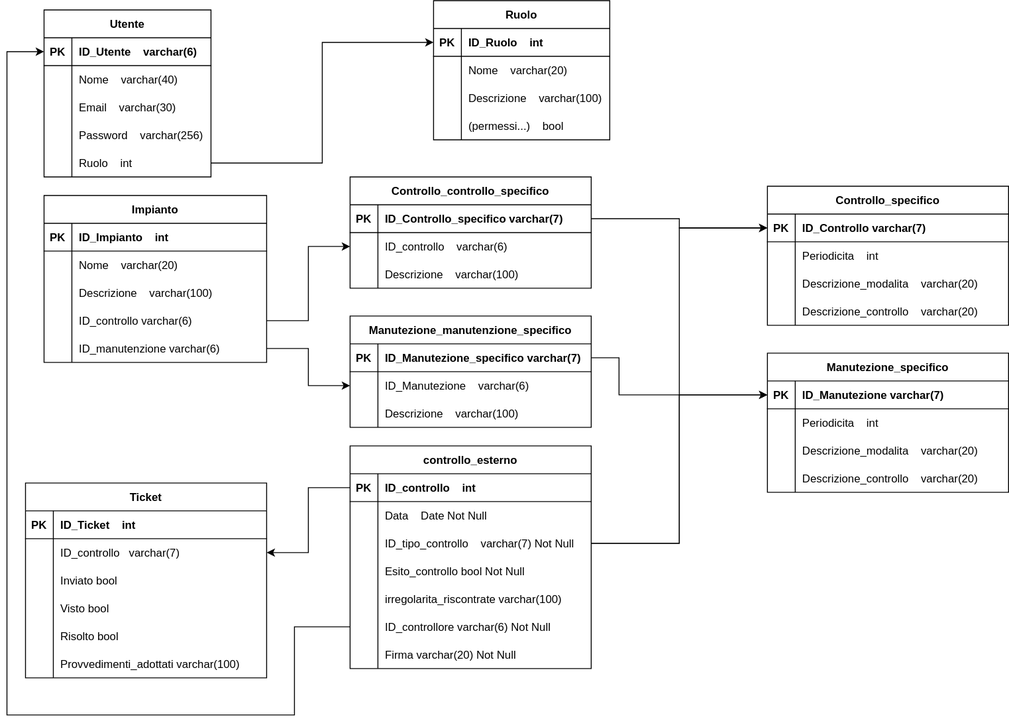
The draw.io diagram analisi/database/modello_fisico.drawio.svg in I-I-S-Viola-Marchesini/Sistema-Manutenzione, before a commit. Source tidied: cells renumbered, new cells last; positions are measured from the earlier drawing's top-left corner, leaving out a move shared by most shapes.
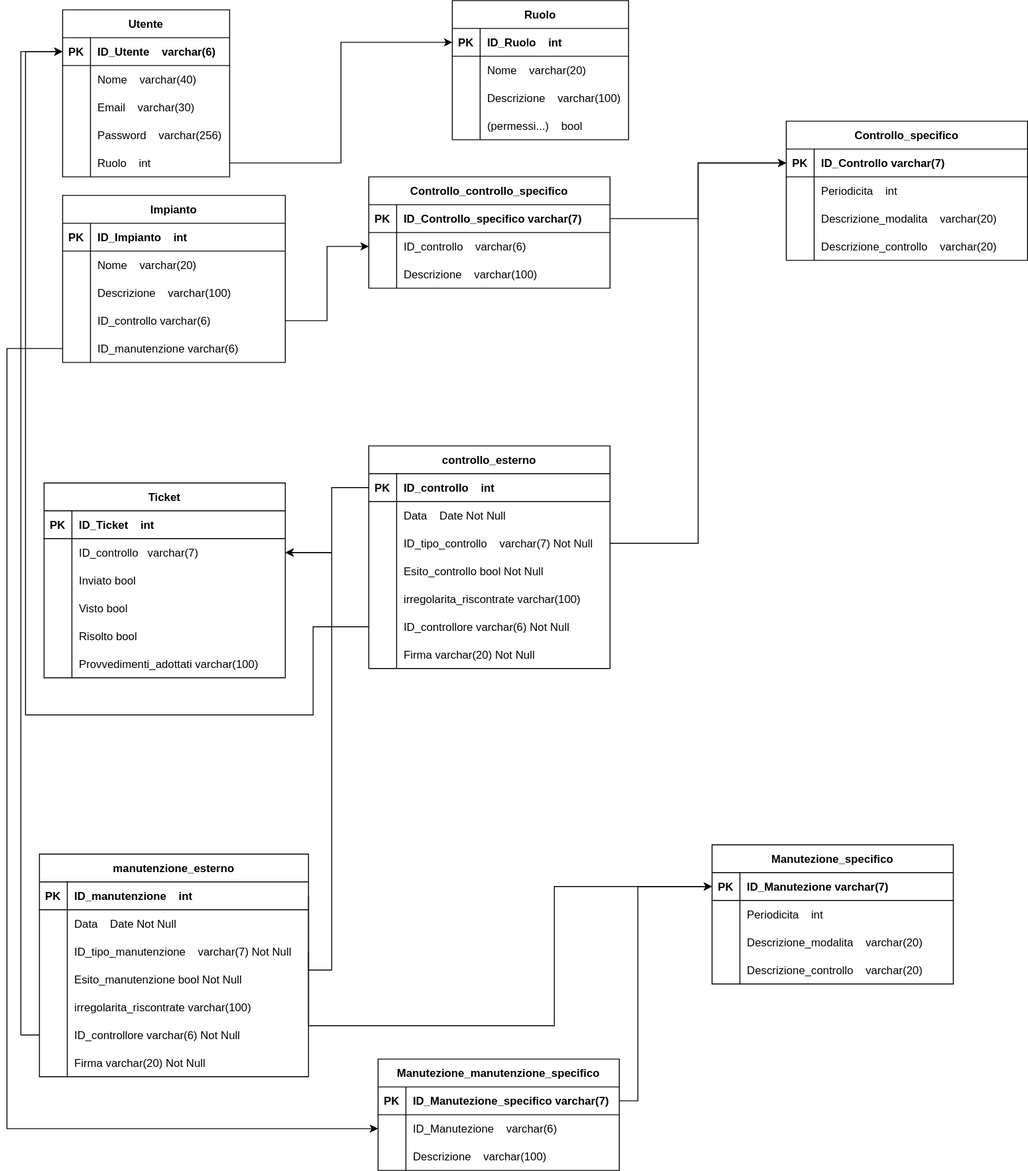
The same file after the commit.

Change to the diagram source:
```diff
@@ -171,7 +171,7 @@
       <mxGeometry x="30" width="230" height="30" as="geometry" />
     </mxCell>
     <mxCell id="58" value="Manutezione_manutenzione_specifico" style="shape=table;startSize=30;rowLines=0;fontStyle=1;align=center;" parent="1" vertex="1">
-      <mxGeometry x="370" y="340" width="260" height="120" as="geometry" />
+      <mxGeometry x="380" y="1141" width="260" height="120" as="geometry" />
     </mxCell>
     <mxCell id="59" style="shape=tableRow;horizontal=0;startSize=0;swimlaneHead=0;swimlaneBody=0;fillColor=none;points=[[0,0.5],[1,0.5]];portConstraint=eastwest;top=0;left=0;right=0;bottom=1;" parent="58" vertex="1">
       <mxGeometry y="30" width="260" height="30" as="geometry" />
@@ -203,11 +203,8 @@
     <mxCell id="68" style="edgeStyle=orthogonalEdgeStyle;rounded=0;jettySize=auto;html=1;entryX=0;entryY=0.5;entryDx=0;entryDy=0;" parent="1" edge="1" source="42" target="52">
       <mxGeometry relative="1" as="geometry" />
     </mxCell>
-    <mxCell id="69" style="edgeStyle=orthogonalEdgeStyle;rounded=0;jettySize=auto;html=1;entryX=0;entryY=0.5;entryDx=0;entryDy=0;" parent="1" edge="1" source="45" target="62">
-      <mxGeometry relative="1" as="geometry" />
-    </mxCell>
     <mxCell id="70" value="Controllo_specifico" style="shape=table;startSize=30;rowLines=0;fontStyle=1;align=center;" parent="1" vertex="1">
-      <mxGeometry x="820" y="200" width="260" height="150" as="geometry" />
+      <mxGeometry x="820" y="130" width="260" height="150" as="geometry" />
     </mxCell>
     <mxCell id="71" style="shape=tableRow;horizontal=0;startSize=0;swimlaneHead=0;swimlaneBody=0;fillColor=none;points=[[0,0.5],[1,0.5]];portConstraint=eastwest;top=0;left=0;right=0;bottom=1;" parent="70" vertex="1">
       <mxGeometry y="30" width="260" height="30" as="geometry" />
@@ -246,7 +243,7 @@
       <mxGeometry x="30" width="230" height="30" as="geometry" />
     </mxCell>
     <mxCell id="83" value="Manutezione_specifico" style="shape=table;startSize=30;rowLines=0;fontStyle=1;align=center;" parent="1" vertex="1">
-      <mxGeometry x="820" y="380" width="260" height="150" as="geometry" />
+      <mxGeometry x="740" y="910" width="260" height="150" as="geometry" />
     </mxCell>
     <mxCell id="84" style="shape=tableRow;horizontal=0;startSize=0;swimlaneHead=0;swimlaneBody=0;fillColor=none;points=[[0,0.5],[1,0.5]];portConstraint=eastwest;top=0;left=0;right=0;bottom=1;" parent="83" vertex="1">
       <mxGeometry y="30" width="260" height="30" as="geometry" />
@@ -408,33 +405,129 @@
       <mxGeometry x="30" width="230" height="30" as="geometry" />
     </mxCell>
     <mxCell id="137" style="edgeStyle=orthogonalEdgeStyle;rounded=0;jettySize=auto;html=1;entryX=1;entryY=0.5;entryDx=0;entryDy=0;" parent="1" edge="1" source="97" target="122">
-      <mxGeometry relative="1" as="geometry" />
+      <mxGeometry relative="1" as="geometry">
+        <Array as="points">
+          <mxPoint x="330" y="525" />
+          <mxPoint x="330" y="595" />
+        </Array>
+      </mxGeometry>
     </mxCell>
-    <mxCell id="138" style="edgeStyle=orthogonalEdgeStyle;rounded=0;jettySize=auto;html=1;entryX=0;entryY=0.5;entryDx=0;entryDy=0;" parent="1" edge="1" source="103" target="84">
-      <mxGeometry relative="1" as="geometry" />
-    </mxCell>
+    <mxCell id="140" style="edgeStyle=orthogonalEdgeStyle;rounded=0;jettySize=auto;html=1;" parent="1" edge="1" source="112" target="3">
+      <mxGeometry relative="1" as="geometry">
+        <Array as="points">
+          <mxPoint x="310" y="675" />
+          <mxPoint x="310" y="770" />
+          <mxPoint y="770" />
+          <mxPoint y="55" />
+        </Array>
+      </mxGeometry>
+    </mxCell>
+    <mxCell id="143" value="manutenzione_esterno" style="shape=table;startSize=30;rowLines=0;fontStyle=1;align=center;" parent="1" vertex="1">
+      <mxGeometry x="15" y="920" width="290" height="240" as="geometry" />
+    </mxCell>
+    <mxCell id="144" style="shape=tableRow;horizontal=0;startSize=0;swimlaneHead=0;swimlaneBody=0;fillColor=none;points=[[0,0.5],[1,0.5]];portConstraint=eastwest;top=0;left=0;right=0;bottom=1;" parent="143" vertex="1">
+      <mxGeometry y="30" width="290" height="30" as="geometry" />
+    </mxCell>
+    <mxCell id="145" value="PK" style="shape=partialRectangle;fillColor=none;top=0;left=0;bottom=0;right=0;fontStyle=1;overflow=hidden;" parent="144" vertex="1">
+      <mxGeometry width="30" height="30" as="geometry" />
+    </mxCell>
+    <mxCell id="146" value="ID_manutenzione    int" style="shape=partialRectangle;fillColor=none;top=0;left=0;bottom=0;right=0;align=left;spacingLeft=6;fontStyle=1;overflow=hidden;" parent="144" vertex="1">
+      <mxGeometry x="30" width="260" height="30" as="geometry" />
+    </mxCell>
+    <mxCell id="147" style="shape=tableRow;horizontal=0;startSize=0;swimlaneHead=0;swimlaneBody=0;fillColor=none;top=0;left=0;right=0;bottom=0;" parent="143" vertex="1">
+      <mxGeometry y="60" width="290" height="30" as="geometry" />
+    </mxCell>
+    <mxCell id="148" style="shape=partialRectangle;fillColor=none;top=0;left=0;bottom=0;right=0;overflow=hidden;" parent="147" vertex="1">
+      <mxGeometry width="30" height="30" as="geometry" />
+    </mxCell>
+    <mxCell id="149" value="Data    Date Not Null" style="shape=partialRectangle;fillColor=none;top=0;left=0;bottom=0;right=0;align=left;spacingLeft=6;overflow=hidden;" parent="147" vertex="1">
+      <mxGeometry x="30" width="260" height="30" as="geometry" />
+    </mxCell>
+    <mxCell id="150" style="shape=tableRow;horizontal=0;startSize=0;swimlaneHead=0;swimlaneBody=0;fillColor=none;points=[[0,0.5],[1,0.5]];portConstraint=eastwest;top=0;left=0;right=0;bottom=0;" parent="143" vertex="1">
+      <mxGeometry y="90" width="290" height="30" as="geometry" />
+    </mxCell>
+    <mxCell id="151" style="shape=partialRectangle;fillColor=none;top=0;left=0;bottom=0;right=0;overflow=hidden;" parent="150" vertex="1">
+      <mxGeometry width="30" height="30" as="geometry" />
+    </mxCell>
+    <mxCell id="152" value="ID_tipo_manutenzione    varchar(7) Not Null" style="shape=partialRectangle;fillColor=none;top=0;left=0;bottom=0;right=0;align=left;spacingLeft=6;overflow=hidden;" parent="150" vertex="1">
+      <mxGeometry x="30" width="260" height="30" as="geometry" />
+    </mxCell>
+    <mxCell id="153" style="shape=tableRow;horizontal=0;startSize=0;swimlaneHead=0;swimlaneBody=0;fillColor=none;top=0;left=0;right=0;bottom=0;" parent="143" vertex="1">
+      <mxGeometry y="120" width="290" height="30" as="geometry" />
+    </mxCell>
+    <mxCell id="154" style="shape=partialRectangle;fillColor=none;top=0;left=0;bottom=0;right=0;overflow=hidden;" parent="153" vertex="1">
+      <mxGeometry width="30" height="30" as="geometry" />
+    </mxCell>
+    <mxCell id="155" value="Esito_manutenzione bool Not Null" style="shape=partialRectangle;fillColor=none;top=0;left=0;bottom=0;right=0;align=left;spacingLeft=6;overflow=hidden;" parent="153" vertex="1">
+      <mxGeometry x="30" width="260" height="30" as="geometry" />
+    </mxCell>
+    <mxCell id="156" style="shape=tableRow;horizontal=0;startSize=0;swimlaneHead=0;swimlaneBody=0;fillColor=none;top=0;left=0;right=0;bottom=0;" parent="143" vertex="1">
+      <mxGeometry y="150" width="290" height="30" as="geometry" />
+    </mxCell>
+    <mxCell id="157" style="shape=partialRectangle;fillColor=none;top=0;left=0;bottom=0;right=0;overflow=hidden;" parent="156" vertex="1">
+      <mxGeometry width="30" height="30" as="geometry" />
+    </mxCell>
+    <mxCell id="158" value="irregolarita_riscontrate varchar(100)" style="shape=partialRectangle;fillColor=none;top=0;left=0;bottom=0;right=0;align=left;spacingLeft=6;overflow=hidden;" parent="156" vertex="1">
+      <mxGeometry x="30" width="260" height="30" as="geometry" />
+    </mxCell>
+    <mxCell id="159" style="shape=tableRow;horizontal=0;startSize=0;swimlaneHead=0;swimlaneBody=0;fillColor=none;points=[[0,0.5],[1,0.5]];portConstraint=eastwest;top=0;left=0;right=0;bottom=0;" parent="143" vertex="1">
+      <mxGeometry y="180" width="290" height="30" as="geometry" />
+    </mxCell>
+    <mxCell id="160" style="shape=partialRectangle;fillColor=none;top=0;left=0;bottom=0;right=0;overflow=hidden;" parent="159" vertex="1">
+      <mxGeometry width="30" height="30" as="geometry" />
+    </mxCell>
+    <mxCell id="161" value="ID_controllore varchar(6) Not Null" style="shape=partialRectangle;fillColor=none;top=0;left=0;bottom=0;right=0;align=left;spacingLeft=6;overflow=hidden;" parent="159" vertex="1">
+      <mxGeometry x="30" width="260" height="30" as="geometry" />
+    </mxCell>
+    <mxCell id="162" style="shape=tableRow;horizontal=0;startSize=0;swimlaneHead=0;swimlaneBody=0;fillColor=none;top=0;left=0;right=0;bottom=0;" parent="143" vertex="1">
+      <mxGeometry y="210" width="290" height="30" as="geometry" />
+    </mxCell>
+    <mxCell id="163" style="shape=partialRectangle;fillColor=none;top=0;left=0;bottom=0;right=0;overflow=hidden;" parent="162" vertex="1">
+      <mxGeometry width="30" height="30" as="geometry" />
+    </mxCell>
+    <mxCell id="164" value="Firma varchar(20) Not Null" style="shape=partialRectangle;fillColor=none;top=0;left=0;bottom=0;right=0;align=left;spacingLeft=6;overflow=hidden;" parent="162" vertex="1">
+      <mxGeometry x="30" width="260" height="30" as="geometry" />
+    </mxCell>
+    <mxCell id="141" style="edgeStyle=orthogonalEdgeStyle;rounded=0;jettySize=auto;html=1;entryX=0;entryY=0.5;entryDx=0;entryDy=0;" parent="1" edge="1" source="59" target="84">
+      <mxGeometry relative="1" as="geometry">
+        <Array as="points">
+          <mxPoint x="660" y="1186" />
+          <mxPoint x="660" y="955" />
+        </Array>
+      </mxGeometry>
+    </mxCell>
+    <mxCell id="165" style="edgeStyle=orthogonalEdgeStyle;rounded=0;jettySize=auto;html=1;exitX=1;exitY=0.5;exitDx=0;exitDy=0;entryX=0;entryY=0.5;entryDx=0;entryDy=0;" parent="1" edge="1" source="150" target="84">
+      <mxGeometry relative="1" as="geometry">
+        <Array as="points">
+          <mxPoint x="305" y="1105" />
+          <mxPoint x="570" y="1105" />
+          <mxPoint x="570" y="955" />
+        </Array>
+      </mxGeometry>
+    </mxCell>
+    <mxCell id="166" style="edgeStyle=orthogonalEdgeStyle;rounded=0;jettySize=auto;html=1;exitX=0;exitY=0.5;exitDx=0;exitDy=0;entryX=0;entryY=0.5;entryDx=0;entryDy=0;" parent="1" edge="1" source="159" target="3">
+      <mxGeometry relative="1" as="geometry" />
+    </mxCell>
+    <mxCell id="167" style="edgeStyle=orthogonalEdgeStyle;rounded=0;jettySize=auto;html=1;exitX=1;exitY=0.5;exitDx=0;exitDy=0;entryX=1;entryY=0.5;entryDx=0;entryDy=0;" parent="1" edge="1" source="144" target="122">
+      <mxGeometry relative="1" as="geometry">
+        <Array as="points">
+          <mxPoint x="330" y="1045" />
+          <mxPoint x="330" y="595" />
+        </Array>
+      </mxGeometry>
+    </mxCell>
+    <mxCell id="69" style="edgeStyle=orthogonalEdgeStyle;rounded=0;jettySize=auto;html=1;exitX=0;exitY=0.5;exitDx=0;exitDy=0;entryX=0;entryY=0.5;entryDx=0;entryDy=0;" parent="1" edge="1" source="45" target="62">
+      <mxGeometry relative="1" as="geometry">
+        <Array as="points">
+          <mxPoint x="-20" y="375" />
+          <mxPoint x="-20" y="1216" />
+        </Array>
+      </mxGeometry>
+    </mxCell>
-    <mxCell id="139" style="edgeStyle=orthogonalEdgeStyle;rounded=0;jettySize=auto;html=1;entryX=0;entryY=0.5;entryDx=0;entryDy=0;" parent="1" edge="1" source="103" target="71">
+    <mxCell id="139" style="edgeStyle=orthogonalEdgeStyle;rounded=0;jettySize=auto;html=1;exitX=1;exitY=0.5;exitDx=0;exitDy=0;entryX=0;entryY=0.5;entryDx=0;entryDy=0;" parent="1" edge="1" source="103" target="71">
       <mxGeometry relative="1" as="geometry" />
     </mxCell>
-    <mxCell id="140" style="edgeStyle=orthogonalEdgeStyle;rounded=0;jettySize=auto;html=1;" parent="1" edge="1" source="112" target="3">
-      <mxGeometry relative="1" as="geometry">
-        <Array as="points">
-          <mxPoint x="310" y="675" />
-          <mxPoint x="310" y="770" />
-          <mxPoint y="770" />
-          <mxPoint y="55" />
-        </Array>
-      </mxGeometry>
-    </mxCell>
-    <mxCell id="141" style="edgeStyle=orthogonalEdgeStyle;rounded=0;jettySize=auto;html=1;entryX=0;entryY=0.5;entryDx=0;entryDy=0;" parent="1" edge="1" source="59" target="84">
-      <mxGeometry relative="1" as="geometry">
-        <Array as="points">
-          <mxPoint x="660" y="385" />
-          <mxPoint x="660" y="425" />
-        </Array>
-      </mxGeometry>
-    </mxCell>
-    <mxCell id="142" style="edgeStyle=orthogonalEdgeStyle;rounded=0;jettySize=auto;html=1;entryX=0;entryY=0.5;entryDx=0;entryDy=0;" parent="1" edge="1" source="49" target="71">
+    <mxCell id="142" style="edgeStyle=orthogonalEdgeStyle;rounded=0;jettySize=auto;html=1;exitX=1;exitY=0.5;exitDx=0;exitDy=0;entryX=0;entryY=0.5;entryDx=0;entryDy=0;" parent="1" edge="1" source="49" target="71">
       <mxGeometry relative="1" as="geometry" />
     </mxCell>
   </root>
```
